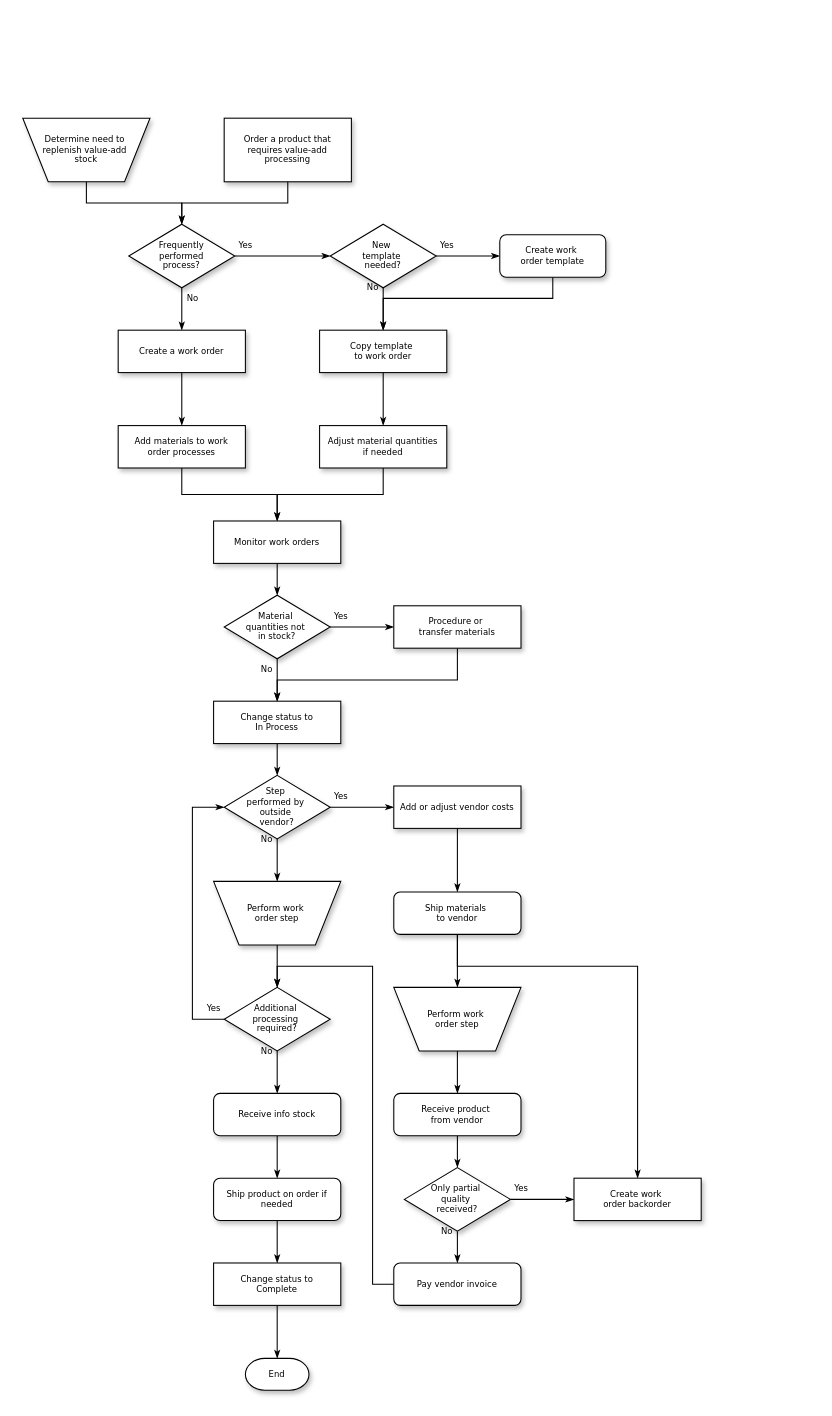
This is Hands_dfa.drawio from tonyglaz/botForEverything, a draw.io file, before an edit. Source tidied: cells renumbered, new cells numbered last; positions are measured from the earlier drawing's top-left corner, leaving out a move shared by most shapes. Both pictures are drawn from the tidied source at 106%, with x=0, y=0 at pixel (22, 118).
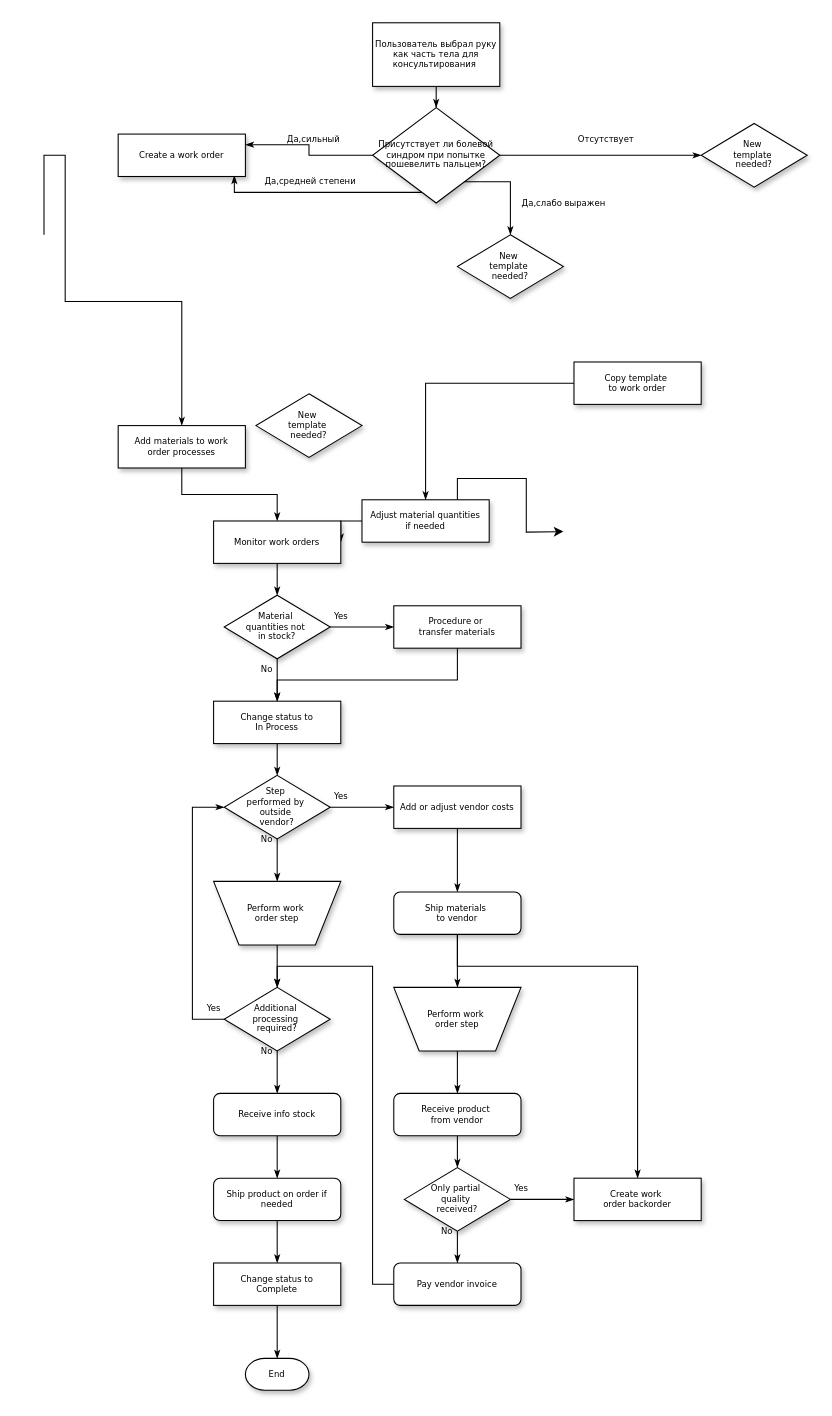
The same diagram, later.

The change refers to these unchanged cells:
```xml
<mxCell id="19" value="Add materials to work order processes" style="whiteSpace=wrap;html=1;rounded=0;shadow=1;labelBackgroundColor=none;strokeWidth=1;fontFamily=Verdana;fontSize=8;align=center;spacing=6;" parent="1" vertex="1">
  <mxGeometry x="90" y="290" width="120" height="40" as="geometry" />
</mxCell>
```

The edit, as a diff of the source:
```diff
@@
-    <mxCell id="2" style="edgeStyle=orthogonalEdgeStyle;rounded=0;html=1;labelBackgroundColor=none;startSize=5;endArrow=classicThin;endFill=1;endSize=5;jettySize=auto;strokeWidth=1;fontFamily=Verdana;fontSize=8;" parent="1" edge="1" source="3" target="8">
-      <mxGeometry relative="1" as="geometry" />
-    </mxCell>
-    <mxCell id="3" value="Determine need to&amp;nbsp;&lt;div&gt;replenish value-add&amp;nbsp;&lt;/div&gt;&lt;div&gt;stock&lt;/div&gt;" style="shape=trapezoid;whiteSpace=wrap;html=1;rounded=0;shadow=1;labelBackgroundColor=none;strokeWidth=1;fontFamily=Verdana;fontSize=8;align=center;flipV=1;" parent="1" vertex="1">
-      <mxGeometry width="120" height="60" as="geometry" />
-    </mxCell>
@@
-    <mxCell id="5" value="Order a product that&lt;div&gt;requires value-add processing&lt;/div&gt;" style="rounded=0;whiteSpace=wrap;html=1;shadow=1;labelBackgroundColor=none;strokeWidth=1;fontFamily=Verdana;fontSize=8;align=center;" parent="1" vertex="1">
-      <mxGeometry x="190" width="120" height="60" as="geometry" />
+    <mxCell id="5" value="Пользователь выбрал руку как часть тела для консультирования&amp;nbsp;" style="rounded=0;whiteSpace=wrap;html=1;shadow=1;labelBackgroundColor=none;strokeWidth=1;fontFamily=Verdana;fontSize=8;align=center;" parent="1" vertex="1">
+      <mxGeometry x="330" y="-90" width="120" height="60" as="geometry" />
     </mxCell>
-    <mxCell id="6" value="Yes" style="edgeStyle=orthogonalEdgeStyle;rounded=0;html=1;labelBackgroundColor=none;startSize=5;endArrow=classicThin;endFill=1;endSize=5;jettySize=auto;strokeWidth=1;fontFamily=Verdana;fontSize=8;" parent="1" edge="1" source="8" target="11">
-      <mxGeometry x="-0.78" y="10" relative="1" as="geometry" />
+    <mxCell id="6" value="Да,средней степени&lt;br&gt;" style="edgeStyle=orthogonalEdgeStyle;rounded=0;html=1;labelBackgroundColor=none;startSize=5;endArrow=classicThin;endFill=1;endSize=5;jettySize=auto;strokeWidth=1;fontFamily=Verdana;fontSize=8;entryX=0.913;entryY=0.975;entryDx=0;entryDy=0;entryPerimeter=0;" parent="1" edge="1" source="8" target="15">
+      <mxGeometry x="0.1" y="-10" relative="1" as="geometry">
+        <Array as="points">
+          <mxPoint x="200" y="70" />
+        </Array>
+      </mxGeometry>
     </mxCell>
-    <mxCell id="7" value="No" style="edgeStyle=orthogonalEdgeStyle;rounded=0;html=1;labelBackgroundColor=none;startSize=5;endArrow=classicThin;endFill=1;endSize=5;jettySize=auto;strokeWidth=1;fontFamily=Verdana;fontSize=8;" parent="1" edge="1" source="8" target="15">
-      <mxGeometry x="-0.5" y="10" relative="1" as="geometry" />
+    <mxCell id="7" value="Да,сильный" style="edgeStyle=orthogonalEdgeStyle;rounded=0;html=1;labelBackgroundColor=none;startSize=5;endArrow=classicThin;endFill=1;endSize=5;jettySize=auto;strokeWidth=1;fontFamily=Verdana;fontSize=8;entryX=1;entryY=0.25;entryDx=0;entryDy=0;" parent="1" edge="1" source="8" target="15">
+      <mxGeometry x="-0.14" y="-15" relative="1" as="geometry" />
     </mxCell>
-    <mxCell id="8" value="Frequently&lt;div&gt;performed&lt;/div&gt;&lt;div&gt;process?&lt;/div&gt;" style="rhombus;whiteSpace=wrap;html=1;rounded=0;shadow=1;labelBackgroundColor=none;strokeWidth=1;fontFamily=Verdana;fontSize=8;align=center;" parent="1" vertex="1">
-      <mxGeometry x="100" y="100" width="100" height="60" as="geometry" />
+    <mxCell id="8" value="&lt;font style=&quot;font-size: 8px;&quot;&gt;Присутствует ли болевой синдром при попытке пошевелить пальцем?&lt;/font&gt;" style="rhombus;whiteSpace=wrap;html=1;rounded=0;shadow=1;labelBackgroundColor=none;strokeWidth=1;fontFamily=Verdana;fontSize=8;align=center;" parent="1" vertex="1">
+      <mxGeometry x="330" y="-10" width="120" height="90" as="geometry" />
     </mxCell>
-    <mxCell id="9" value="Yes" style="edgeStyle=orthogonalEdgeStyle;rounded=0;html=1;labelBackgroundColor=none;startSize=5;endArrow=classicThin;endFill=1;endSize=5;jettySize=auto;strokeWidth=1;fontFamily=Verdana;fontSize=8;" parent="1" edge="1" source="11" target="13">
-      <mxGeometry x="-0.67" y="10" relative="1" as="geometry" />
-    </mxCell>
-    <mxCell id="10" value="No" style="edgeStyle=orthogonalEdgeStyle;rounded=0;html=1;labelBackgroundColor=none;startSize=5;endArrow=classicThin;endFill=1;endSize=5;jettySize=auto;strokeWidth=1;fontFamily=Verdana;fontSize=8;" parent="1" edge="1" source="11" target="17">
-      <mxGeometry x="-1" y="-10" relative="1" as="geometry" />
-    </mxCell>
     <mxCell id="11" value="New&amp;nbsp;&lt;div&gt;template&amp;nbsp;&lt;/div&gt;&lt;div&gt;needed?&lt;/div&gt;" style="rhombus;whiteSpace=wrap;html=1;rounded=0;shadow=1;labelBackgroundColor=none;strokeWidth=1;fontFamily=Verdana;fontSize=8;align=center;" parent="1" vertex="1">
-      <mxGeometry x="290" y="100" width="100" height="60" as="geometry" />
+      <mxGeometry x="220" y="260" width="100" height="60" as="geometry" />
     </mxCell>
-    <mxCell id="12" style="edgeStyle=orthogonalEdgeStyle;rounded=0;html=1;labelBackgroundColor=none;startSize=5;endArrow=classicThin;endFill=1;endSize=5;jettySize=auto;strokeWidth=1;fontFamily=Verdana;fontSize=8;" parent="1" edge="1" source="13" target="17">
-      <mxGeometry relative="1" as="geometry">
-        <Array as="points">
-          <mxPoint x="500" y="170" />
-          <mxPoint x="340" y="170" />
-        </Array>
-      </mxGeometry>
-    </mxCell>
-    <mxCell id="13" value="Create work&amp;nbsp;&lt;div&gt;order template&lt;/div&gt;" style="rounded=1;whiteSpace=wrap;html=1;shadow=1;labelBackgroundColor=none;strokeWidth=1;fontFamily=Verdana;fontSize=8;align=center;" parent="1" vertex="1">
-      <mxGeometry x="450" y="110" width="100" height="40" as="geometry" />
-    </mxCell>
-    <mxCell id="14" style="edgeStyle=orthogonalEdgeStyle;rounded=0;html=1;labelBackgroundColor=none;startSize=5;endArrow=classicThin;endFill=1;endSize=5;jettySize=auto;strokeWidth=1;fontFamily=Verdana;fontSize=8;" parent="1" edge="1" source="15" target="19">
-      <mxGeometry relative="1" as="geometry" />
+    <mxCell id="14" style="edgeStyle=orthogonalEdgeStyle;rounded=0;html=1;labelBackgroundColor=none;startSize=5;endArrow=classicThin;endFill=1;endSize=5;jettySize=auto;strokeWidth=1;fontFamily=Verdana;fontSize=8;" parent="1" edge="1" target="19">
+      <mxGeometry relative="1" as="geometry">
+        <mxPoint x="20" y="110" as="sourcePoint" />
+        <Array as="points">
+          <mxPoint x="40" y="35" />
+          <mxPoint x="40" y="173" />
+          <mxPoint x="150" y="173" />
+        </Array>
+      </mxGeometry>
     </mxCell>
     <mxCell id="15" value="Create a work order" style="whiteSpace=wrap;html=1;rounded=0;shadow=1;labelBackgroundColor=none;strokeWidth=1;fontFamily=Verdana;fontSize=8;align=center;" parent="1" vertex="1">
-      <mxGeometry x="90" y="200" width="120" height="40" as="geometry" />
+      <mxGeometry x="90" y="15" width="120" height="40" as="geometry" />
     </mxCell>
@@
     <mxCell id="17" value="Copy template&amp;nbsp;&lt;div&gt;to work order&lt;/div&gt;" style="whiteSpace=wrap;html=1;rounded=0;shadow=1;labelBackgroundColor=none;strokeWidth=1;fontFamily=Verdana;fontSize=8;align=center;" parent="1" vertex="1">
-      <mxGeometry x="280" y="200" width="120" height="40" as="geometry" />
+      <mxGeometry x="520" y="230" width="120" height="40" as="geometry" />
     </mxCell>
@@
+    <mxCell id="61" style="edgeStyle=orthogonalEdgeStyle;rounded=0;jettySize=auto;html=1;exitX=0.75;exitY=0;exitDx=0;exitDy=0;" parent="1" edge="1" source="21">
+      <mxGeometry relative="1" as="geometry">
+        <mxPoint x="510" y="390" as="targetPoint" />
+      </mxGeometry>
+    </mxCell>
     <mxCell id="21" value="Adjust material quantities if needed" style="whiteSpace=wrap;html=1;rounded=0;shadow=1;labelBackgroundColor=none;strokeWidth=1;fontFamily=Verdana;fontSize=8;align=center;spacing=6;" parent="1" vertex="1">
-      <mxGeometry x="280" y="290" width="120" height="40" as="geometry" />
+      <mxGeometry x="320" y="360" width="120" height="40" as="geometry" />
     </mxCell>
@@
+    <mxCell id="62" value="Да,слабо выражен&lt;br&gt;" style="edgeStyle=orthogonalEdgeStyle;rounded=0;html=1;labelBackgroundColor=none;startSize=5;endArrow=classicThin;endFill=1;endSize=5;jettySize=auto;strokeWidth=1;fontFamily=Verdana;fontSize=8;entryX=0.5;entryY=0;entryDx=0;entryDy=0;" parent="1" edge="1" source="8" target="64">
+      <mxGeometry x="0.36" y="50" relative="1" as="geometry">
+        <Array as="points">
+          <mxPoint x="460" y="60" />
+        </Array>
+      </mxGeometry>
+    </mxCell>
+    <mxCell id="63" value="Отсутствует&lt;br&gt;" style="edgeStyle=orthogonalEdgeStyle;rounded=0;html=1;labelBackgroundColor=none;startSize=5;endArrow=classicThin;endFill=1;endSize=5;jettySize=auto;strokeWidth=1;fontFamily=Verdana;fontSize=8;exitX=1;exitY=0.5;exitDx=0;exitDy=0;" parent="1" edge="1" source="8">
+      <mxGeometry x="0.05" y="15" relative="1" as="geometry">
+        <mxPoint x="640" y="35" as="targetPoint" />
+        <Array as="points">
+          <mxPoint x="480" y="35" />
+          <mxPoint x="480" y="35" />
+        </Array>
+      </mxGeometry>
+    </mxCell>
+    <mxCell id="64" value="New&amp;nbsp;&lt;div&gt;template&amp;nbsp;&lt;/div&gt;&lt;div&gt;needed?&lt;/div&gt;" style="rhombus;whiteSpace=wrap;html=1;rounded=0;shadow=1;labelBackgroundColor=none;strokeWidth=1;fontFamily=Verdana;fontSize=8;align=center;" parent="1" vertex="1">
+      <mxGeometry x="410" y="110" width="100" height="60" as="geometry" />
+    </mxCell>
+    <mxCell id="65" value="New&amp;nbsp;&lt;div&gt;template&amp;nbsp;&lt;/div&gt;&lt;div&gt;needed?&lt;/div&gt;" style="rhombus;whiteSpace=wrap;html=1;rounded=0;shadow=1;labelBackgroundColor=none;strokeWidth=1;fontFamily=Verdana;fontSize=8;align=center;" parent="1" vertex="1">
+      <mxGeometry x="640" y="5" width="100" height="60" as="geometry" />
+    </mxCell>
```
